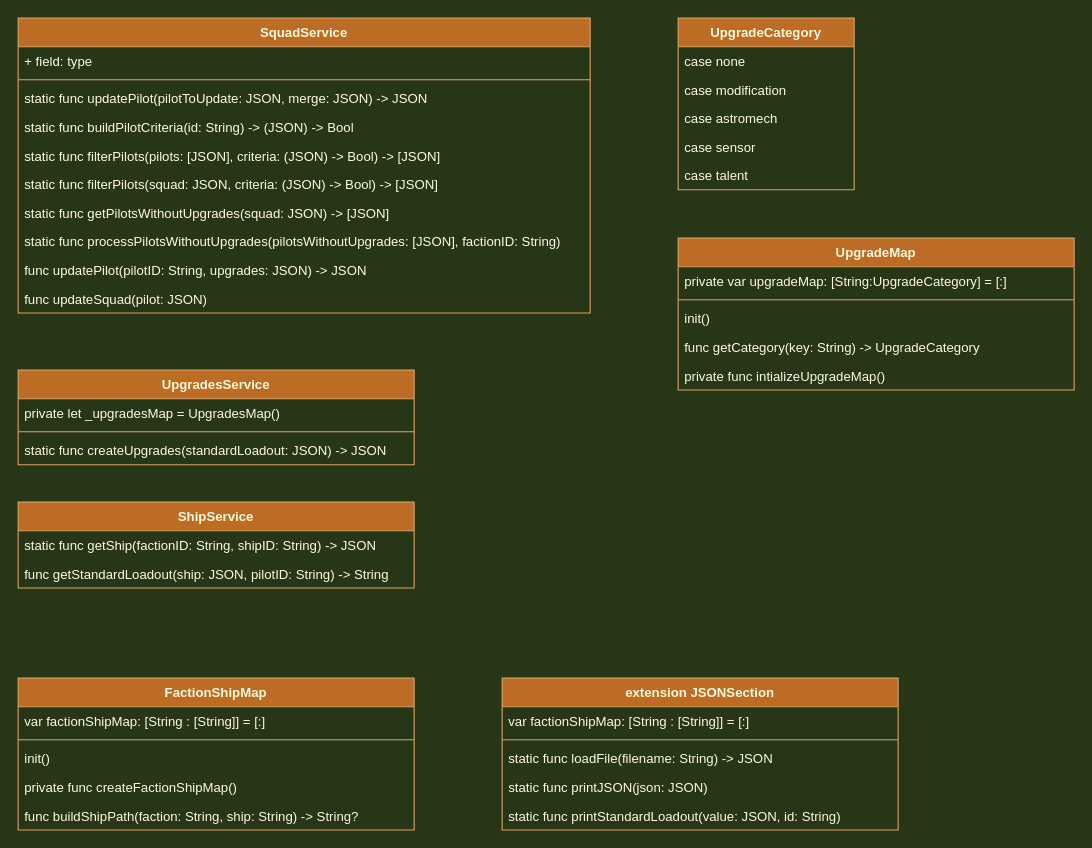
The draw.io diagram page "Services" (3 of 3) of Documentation/ShipXWSImport.drawio.xml in pakirby1/DialControl, before the edit. Source tidied: cells renumbered, new cells numbered last; positions are measured from the earlier drawing's top-left corner, leaving out a move shared by most shapes. Both pictures are drawn from the tidied source at 110%, with x=0, y=0 at pixel (18, 18).
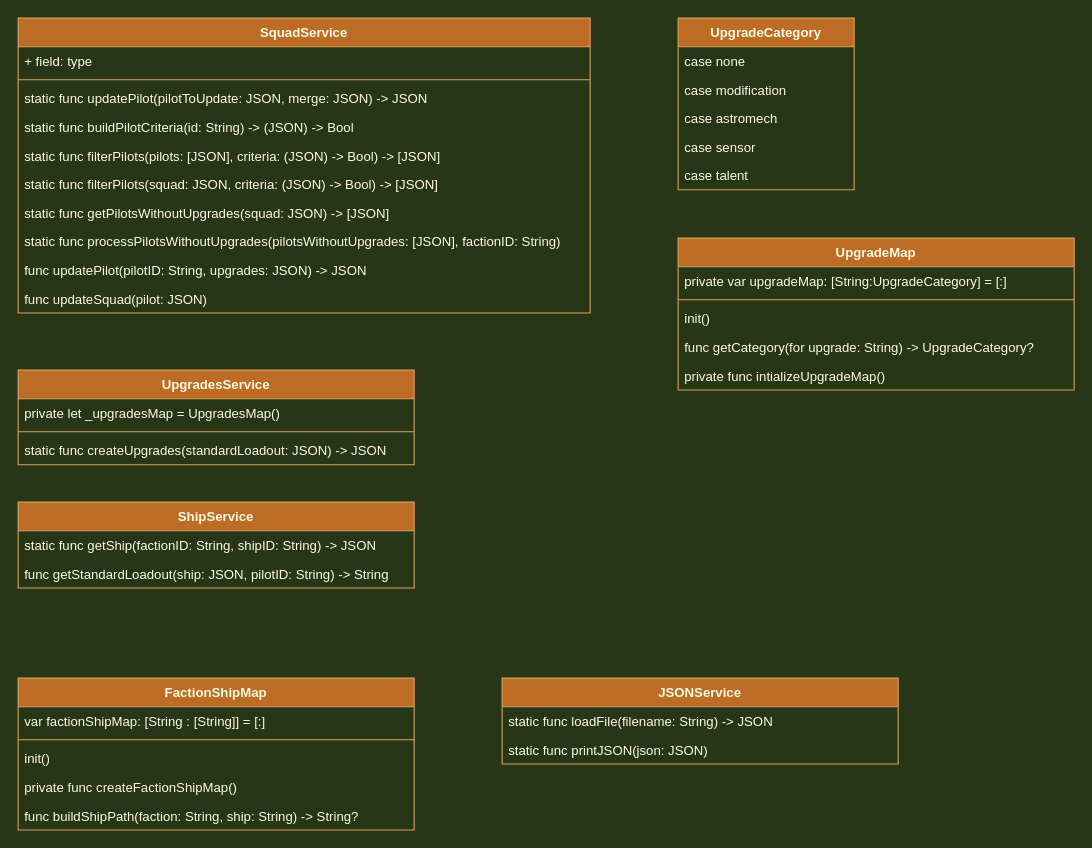
The same page after the edit.

Unchanged cells that the change refers to:
```xml
<mxCell id="26" value="UpgradeMap" style="swimlane;fontStyle=1;align=center;verticalAlign=top;horizontal=1;startSize=26;fillColor=#BC6C25;strokeColor=#DDA15E;fontColor=#FEFAE0;" parent="1" vertex="1">
  <mxGeometry x="600" y="200" width="360" height="138" as="geometry" />
</mxCell>
```

The edit, as a diff of the source:
```diff
@@
-    <mxCell id="30" value="func getCategory(key: String) -&gt; UpgradeCategory" style="text;strokeColor=none;fillColor=none;align=left;verticalAlign=top;spacingLeft=4;spacingRight=4;overflow=hidden;fontColor=#FEFAE0;" parent="26" vertex="1">
+    <mxCell id="30" value="func getCategory(for upgrade: String) -&gt; UpgradeCategory?" style="text;strokeColor=none;fillColor=none;align=left;verticalAlign=top;spacingLeft=4;spacingRight=4;overflow=hidden;fontColor=#FEFAE0;" parent="26" vertex="1">
       <mxGeometry y="86" width="360" height="26" as="geometry" />
     </mxCell>
@@
-    <mxCell id="38" value="extension JSONSection" style="swimlane;fontStyle=1;align=center;verticalAlign=top;horizontal=1;startSize=26;fillColor=#BC6C25;strokeColor=#DDA15E;fontColor=#FEFAE0;" parent="1" vertex="1">
-      <mxGeometry x="440" y="600" width="360" height="138" as="geometry" />
+    <mxCell id="38" value="JSONService" style="swimlane;fontStyle=1;align=center;verticalAlign=top;horizontal=1;startSize=26;fillColor=#BC6C25;strokeColor=#DDA15E;fontColor=#FEFAE0;" parent="1" vertex="1">
+      <mxGeometry x="440" y="600" width="360" height="78" as="geometry" />
     </mxCell>
-    <mxCell id="39" value="var factionShipMap: [String : [String]] = [:]" style="text;strokeColor=none;fillColor=none;align=left;verticalAlign=top;spacingLeft=4;spacingRight=4;overflow=hidden;fontColor=#FEFAE0;" parent="38" vertex="1">
-      <mxGeometry y="26" width="360" height="26" as="geometry" />
-    </mxCell>
-    <mxCell id="40" style="line;strokeWidth=1;fillColor=none;align=left;verticalAlign=middle;spacingTop=-1;spacingLeft=3;spacingRight=3;labelPosition=right;labelBackgroundColor=#283618;strokeColor=#DDA15E;fontColor=#FEFAE0;" parent="38" vertex="1">
-      <mxGeometry y="52" width="360" height="8" as="geometry" />
-    </mxCell>
     <mxCell id="41" value="static func loadFile(filename: String) -&gt; JSON " style="text;strokeColor=none;fillColor=none;align=left;verticalAlign=top;spacingLeft=4;spacingRight=4;overflow=hidden;fontColor=#FEFAE0;" parent="38" vertex="1">
-      <mxGeometry y="60" width="360" height="26" as="geometry" />
+      <mxGeometry y="26" width="360" height="26" as="geometry" />
     </mxCell>
     <mxCell id="42" value="static func printJSON(json: JSON)" style="text;strokeColor=none;fillColor=none;align=left;verticalAlign=top;spacingLeft=4;spacingRight=4;overflow=hidden;fontColor=#FEFAE0;" parent="38" vertex="1">
-      <mxGeometry y="86" width="360" height="26" as="geometry" />
+      <mxGeometry y="52" width="360" height="26" as="geometry" />
     </mxCell>
-    <mxCell id="43" value="static func printStandardLoadout(value: JSON, id: String)" style="text;strokeColor=none;fillColor=none;align=left;verticalAlign=top;spacingLeft=4;spacingRight=4;overflow=hidden;fontColor=#FEFAE0;" parent="38" vertex="1">
-      <mxGeometry y="112" width="360" height="26" as="geometry" />
-    </mxCell>
```
